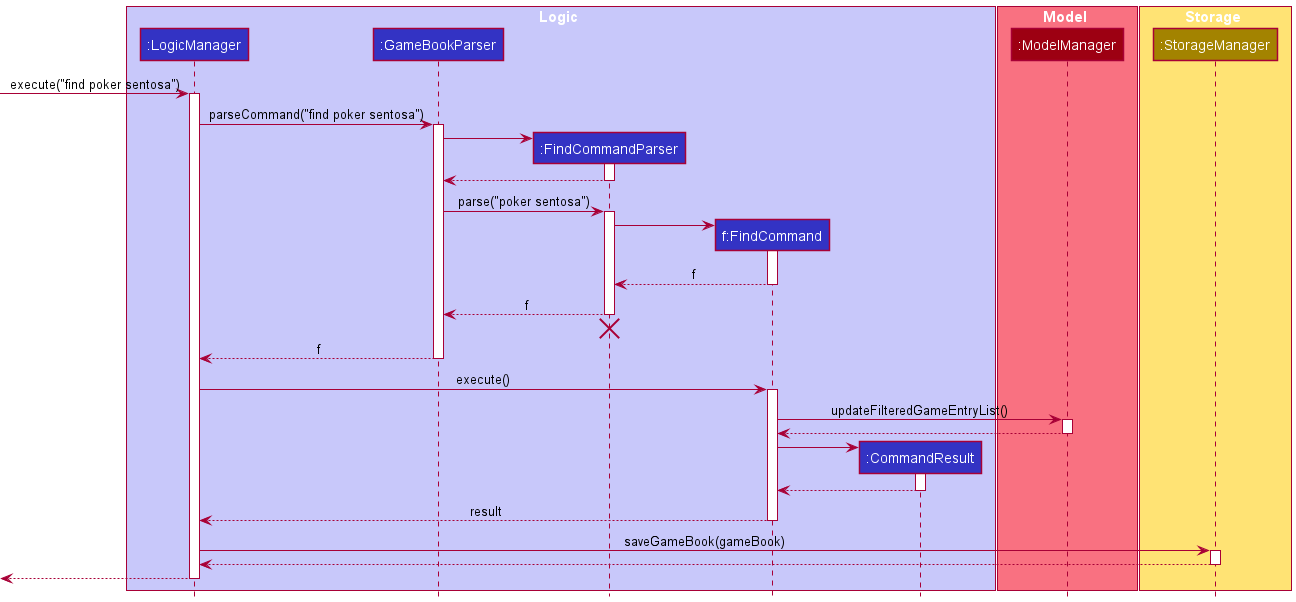
Above: docs/images/FindSequenceDiagram(Logic).png in yzhilong/tp (PlantUML), before the change. The source it was exported from:
```plantuml
@startuml
!include style.puml

box Logic LOGIC_COLOR_T1
participant ":LogicManager" as LogicManager LOGIC_COLOR
participant ":GameBookParser" as GameBookParser LOGIC_COLOR
participant ":FindCommandParser" as FindCommandParser LOGIC_COLOR
participant "f:FindCommand" as FindCommand LOGIC_COLOR
participant ":CommandResult" as CommandResult LOGIC_COLOR
end box


box Model MODEL_COLOR_T1
participant ":ModelManager" as Model MODEL_COLOR
end box

box Storage STORAGE_COLOR_T1
participant ":StorageManager" as StorageManager STORAGE_COLOR
end box

[-> LogicManager : execute("find poker sentosa")
activate LogicManager

LogicManager -> GameBookParser : parseCommand("find poker sentosa")
activate GameBookParser

create FindCommandParser
GameBookParser -> FindCommandParser
activate FindCommandParser

FindCommandParser --> GameBookParser
deactivate FindCommandParser

GameBookParser -> FindCommandParser : parse("poker sentosa")
activate FindCommandParser

create FindCommand
FindCommandParser -> FindCommand
activate FindCommand

FindCommand --> FindCommandParser : f
deactivate FindCommand

FindCommandParser --> GameBookParser : f
deactivate FindCommandParser
FindCommandParser -[hidden]-> GameBookParser
destroy FindCommandParser

GameBookParser --> LogicManager : f
deactivate GameBookParser

LogicManager -> FindCommand : execute()
activate FindCommand

FindCommand -> Model : updateFilteredGameEntryList()
activate Model

Model --> FindCommand
deactivate Model

create CommandResult
FindCommand -> CommandResult
activate CommandResult

CommandResult --> FindCommand
deactivate CommandResult

FindCommand --> LogicManager : result
deactivate FindCommand

LogicManager -> StorageManager : saveGameBook(gameBook)
activate StorageManager

StorageManager --> LogicManager
deactivate StorageManager

[<--LogicManager
deactivate LogicManager
@enduml
```
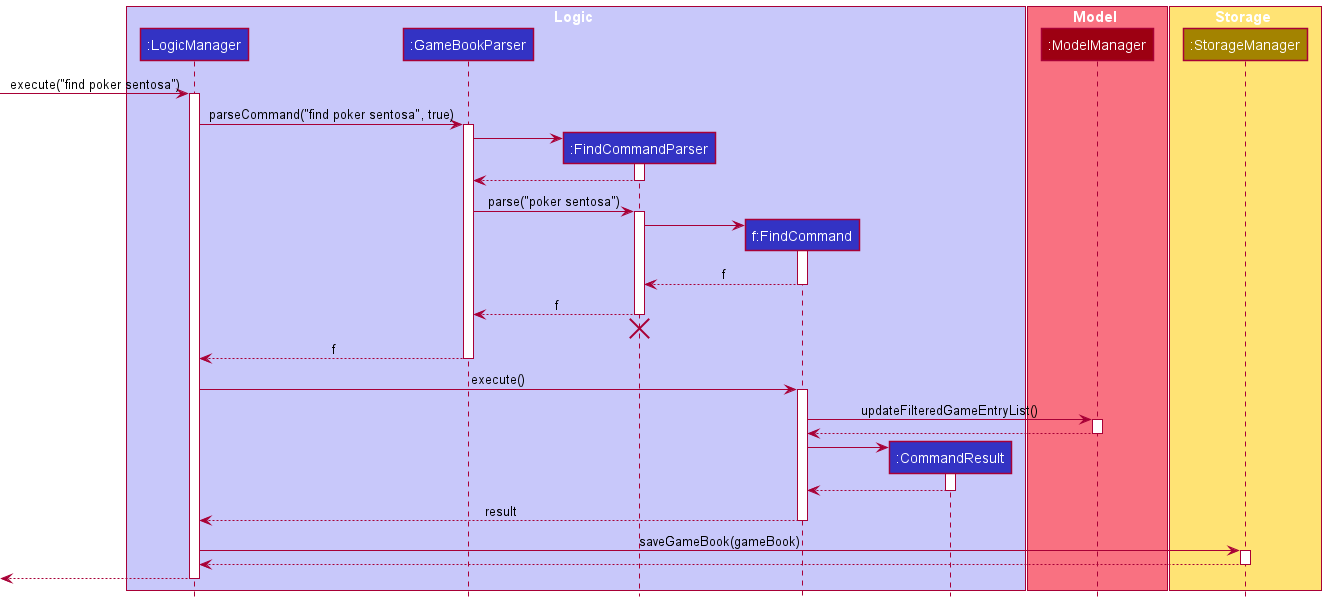
The same file after the commit.

Commit message:
Add argument to parseCommand

What changed in the source:
```diff
@@ -21,7 +21,7 @@
 [-> LogicManager : execute("find poker sentosa")
 activate LogicManager
 
-LogicManager -> GameBookParser : parseCommand("find poker sentosa")
+LogicManager -> GameBookParser : parseCommand("find poker sentosa", true)
 activate GameBookParser
 
 create FindCommandParser
```
